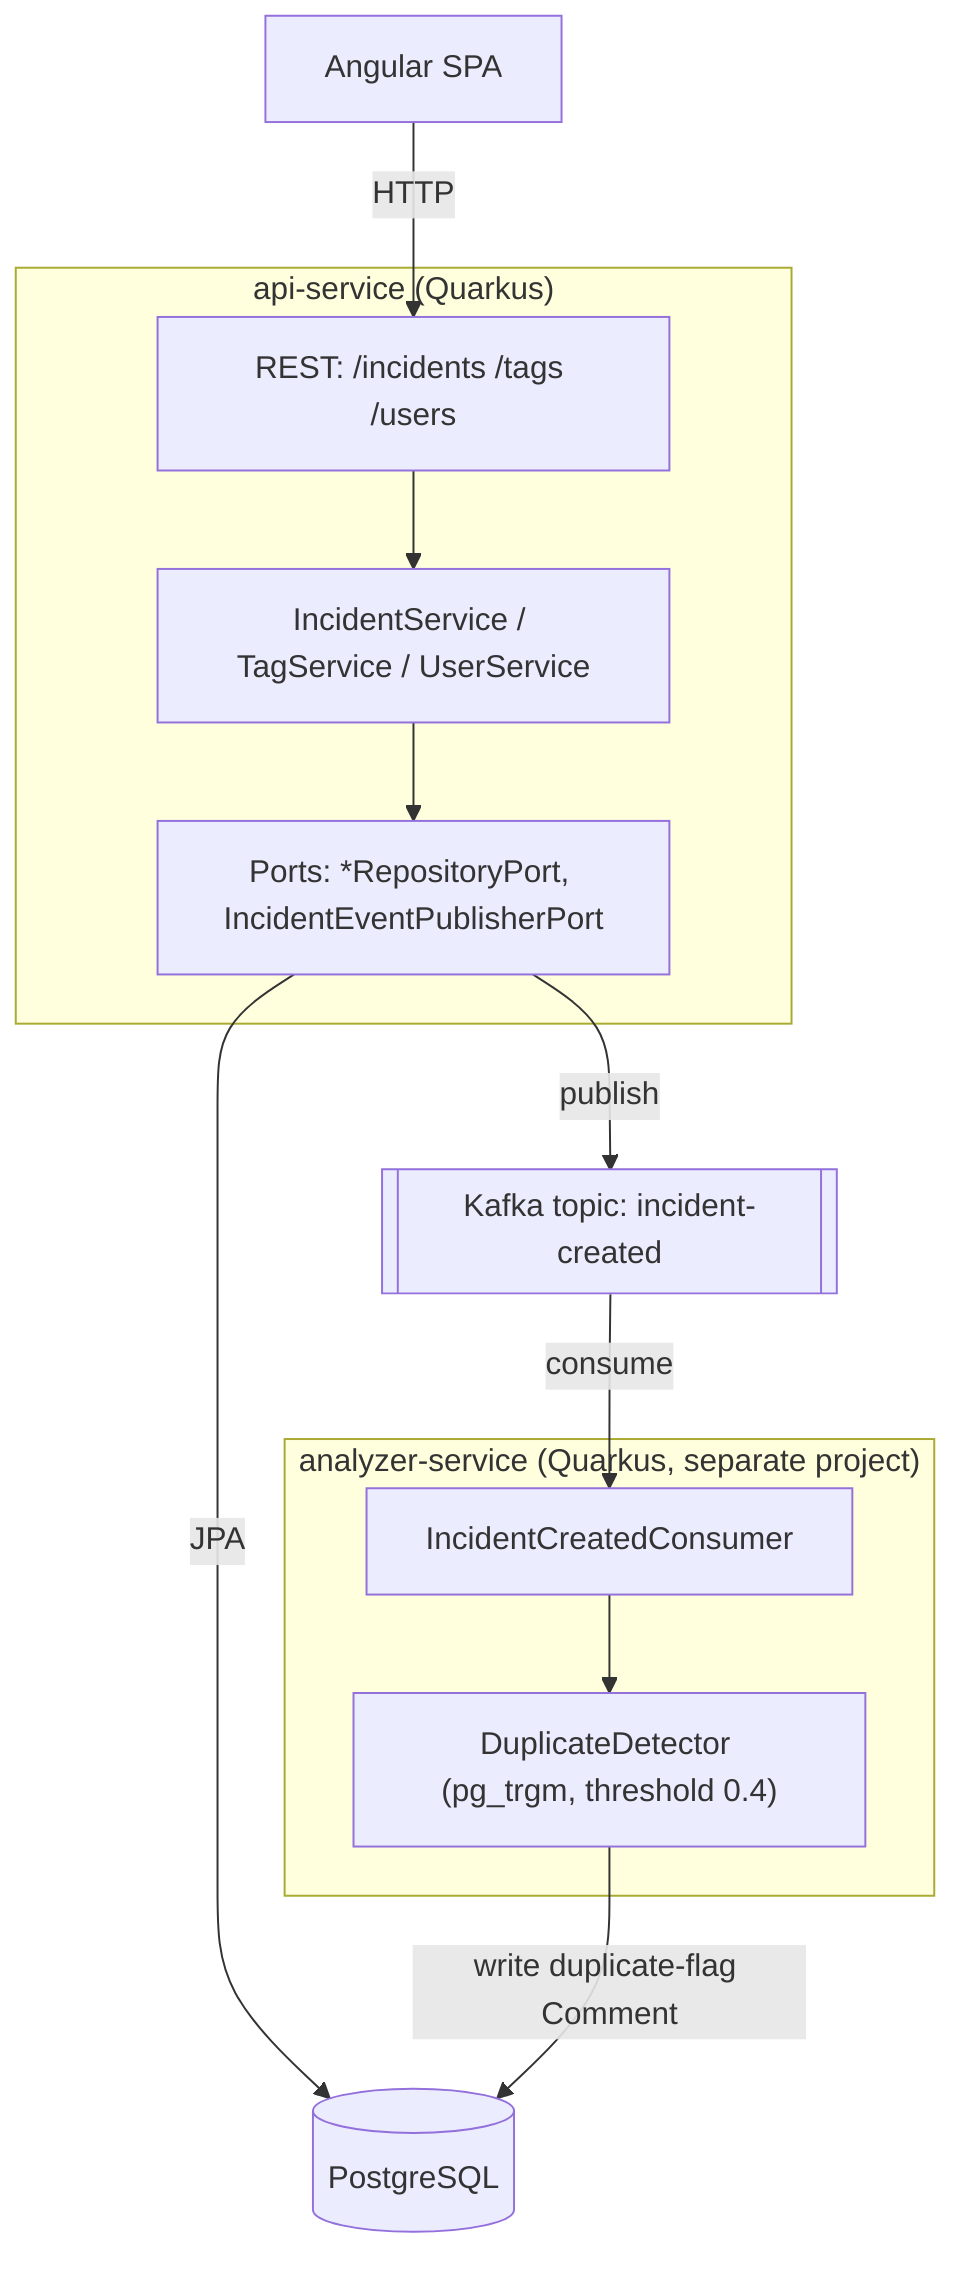
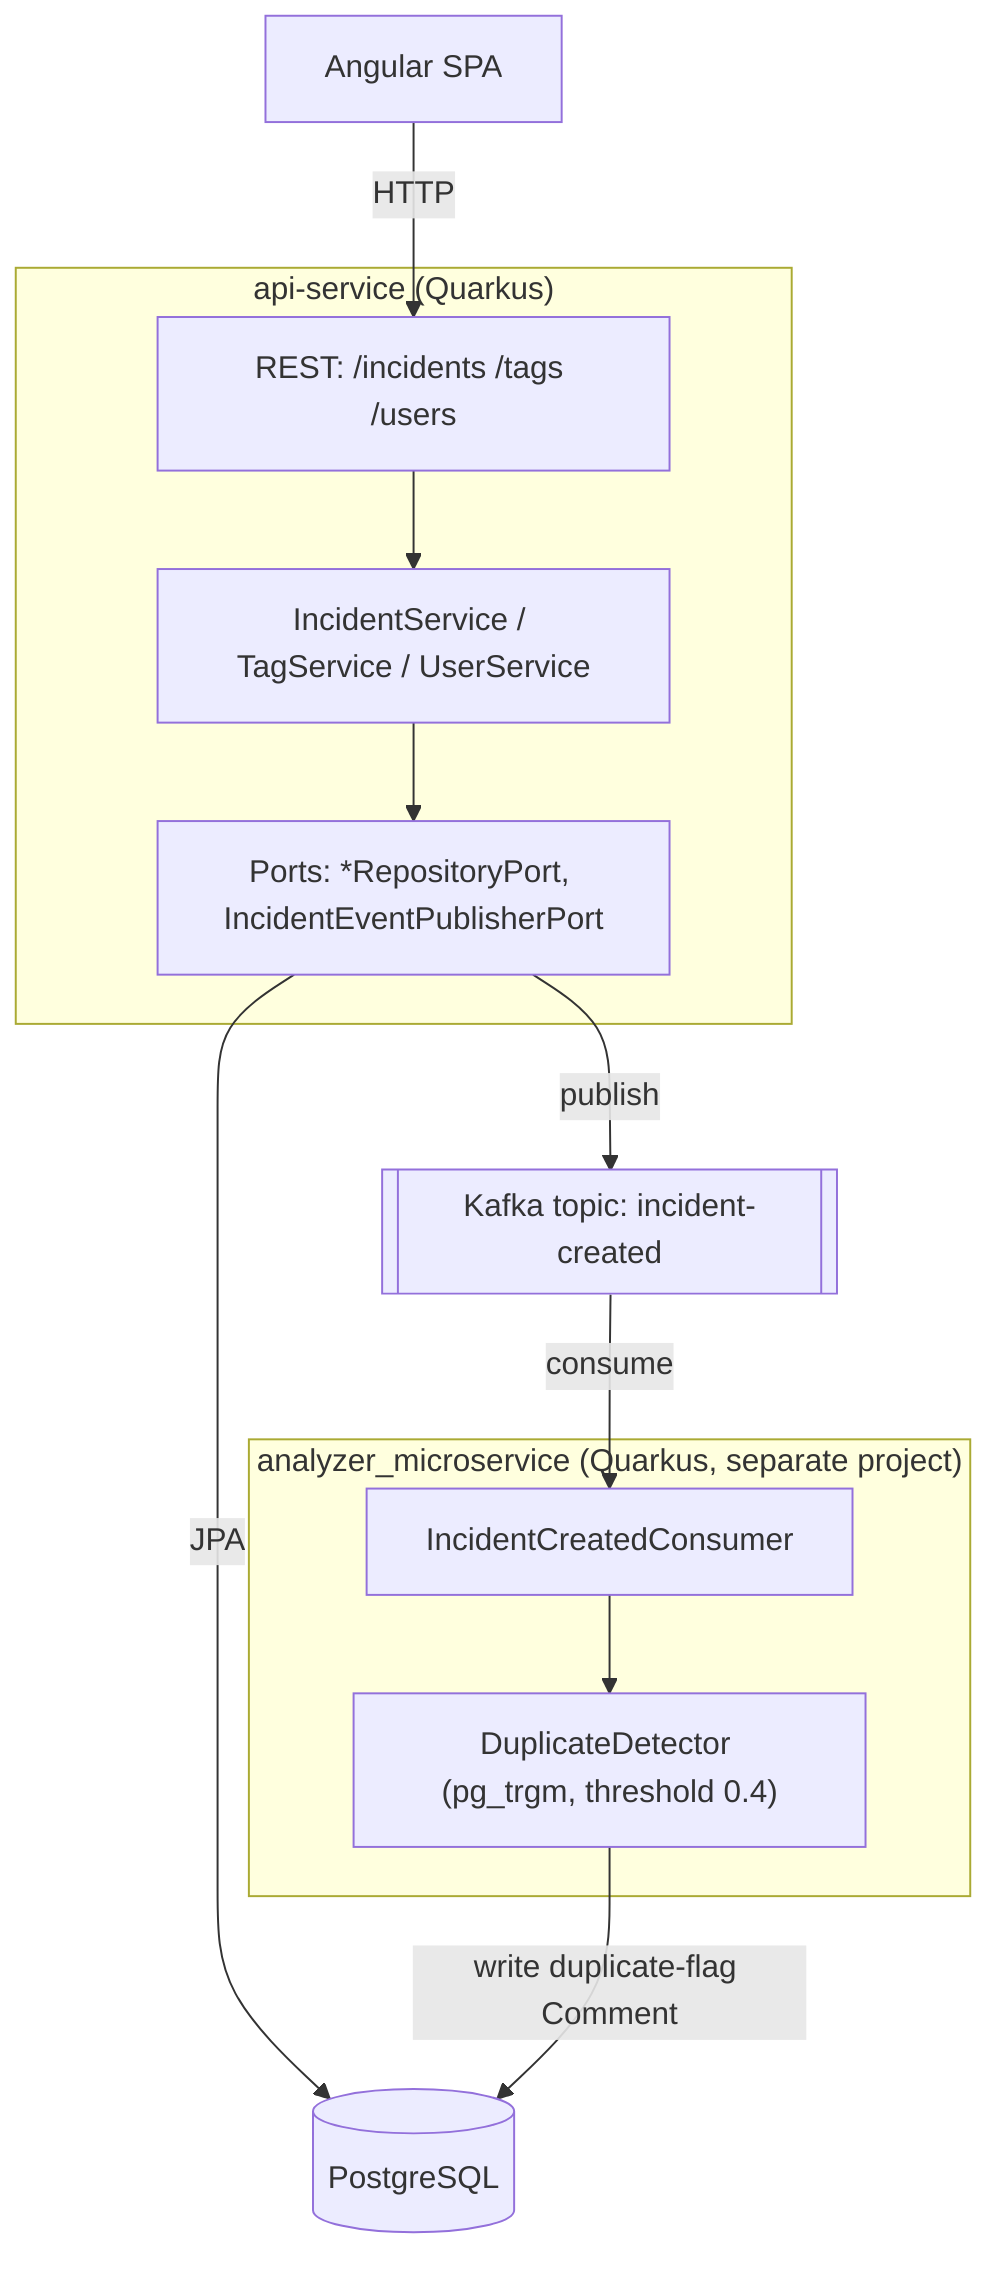
flowchart TB
    User[Angular SPA]

    subgraph API["api-service (Quarkus)"]
        REST["REST: /incidents /tags /users"]
        SVC["IncidentService / TagService / UserService"]
        PORT["Ports: *RepositoryPort, IncidentEventPublisherPort"]
        REST --> SVC --> PORT
    end

-     subgraph ANALYZER["analyzer-service (Quarkus, separate project)"]
+     subgraph ANALYZER["analyzer_microservice (Quarkus, separate project)"]
        CONSUMER["IncidentCreatedConsumer"]
        DEDUP["DuplicateDetector (pg_trgm, threshold 0.4)"]
        CONSUMER --> DEDUP
    end

    DB[(PostgreSQL)]
    KAFKA[["Kafka topic: incident-created"]]

    User -->|HTTP| REST
    PORT -->|JPA| DB
    PORT -->|publish| KAFKA
    KAFKA -->|consume| CONSUMER
    DEDUP -->|write duplicate-flag Comment| DB
